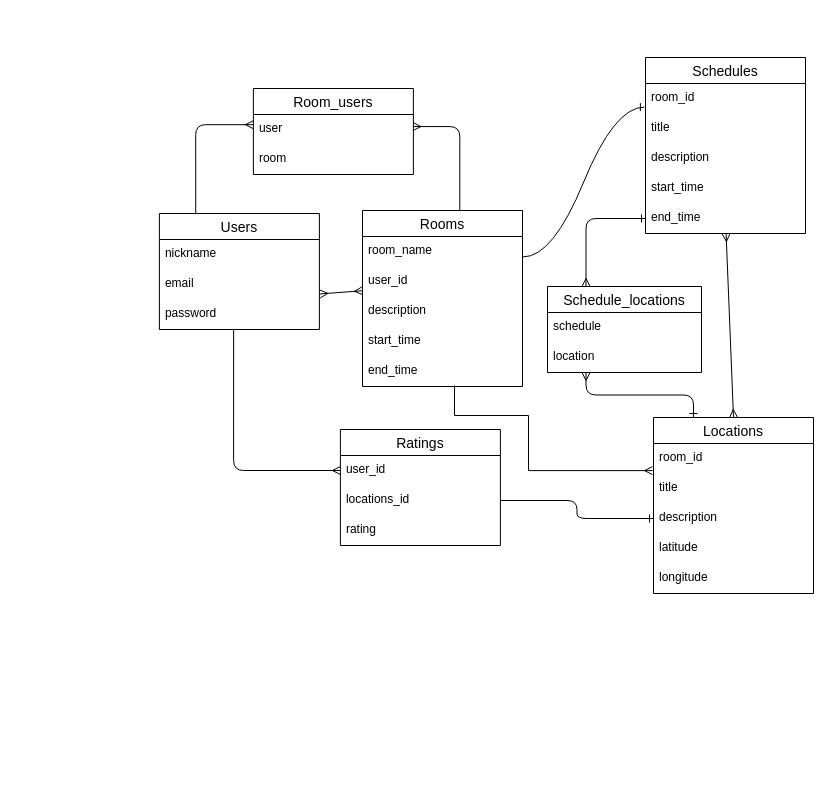
Above: er2.dio in m724tmy/ourtrip (draw.io), before the change. Source tidied: cells renumbered, new cells numbered last; positions are measured from the earlier drawing's top-left corner, leaving out a move shared by most shapes. Both pictures are drawn from the tidied source at 100%, with x=0, y=0 at pixel (159, 57).
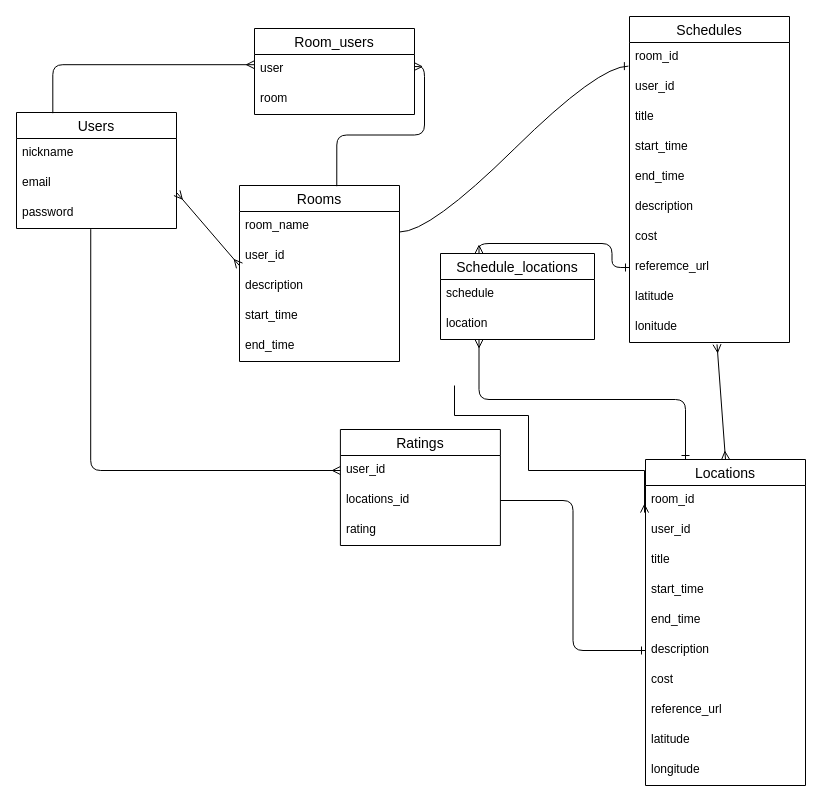
The same page after the edit.

The edit, as a diff of the source:
```diff
@@
     <mxCell id="2" value="Users" style="swimlane;fontStyle=0;horizontal=1;startSize=26;align=center;fontSize=14;" parent="1" vertex="1">
-      <mxGeometry x="-0.1" y="156" width="160" height="116" as="geometry" />
+      <mxGeometry x="-143" y="55" width="160" height="116" as="geometry" />
     </mxCell>
@@
     <mxCell id="6" value="Rooms" style="swimlane;fontStyle=0;horizontal=1;startSize=26;align=center;fontSize=14;" parent="1" vertex="1">
-      <mxGeometry x="203" y="153" width="160" height="176" as="geometry" />
+      <mxGeometry x="80" y="128" width="160" height="176" as="geometry" />
     </mxCell>
@@
     <mxCell id="13" value="Schedules" style="swimlane;fontStyle=0;horizontal=1;startSize=26;align=center;fontSize=14;" parent="1" vertex="1">
-      <mxGeometry x="486" width="160" height="176" as="geometry" />
+      <mxGeometry x="470" y="-41" width="160" height="326" as="geometry" />
     </mxCell>
@@
+    <mxCell id="45" value="user_id" style="text;strokeColor=none;fillColor=none;spacingLeft=4;spacingRight=4;overflow=hidden;fontSize=12;" parent="13" vertex="1">
+      <mxGeometry y="56" width="160" height="30" as="geometry" />
+    </mxCell>
     <mxCell id="15" value="title" style="text;strokeColor=none;fillColor=none;spacingLeft=4;spacingRight=4;overflow=hidden;fontSize=12;" parent="13" vertex="1">
-      <mxGeometry y="56" width="160" height="30" as="geometry" />
+      <mxGeometry y="86" width="160" height="30" as="geometry" />
     </mxCell>
+    <mxCell id="46" value="start_time" style="text;strokeColor=none;fillColor=none;spacingLeft=4;spacingRight=4;overflow=hidden;fontSize=12;" parent="13" vertex="1">
+      <mxGeometry y="116" width="160" height="30" as="geometry" />
+    </mxCell>
+    <mxCell id="47" value="end_time" style="text;strokeColor=none;fillColor=none;spacingLeft=4;spacingRight=4;overflow=hidden;fontSize=12;" parent="13" vertex="1">
+      <mxGeometry y="146" width="160" height="30" as="geometry" />
+    </mxCell>
     <mxCell id="16" value="description" style="text;strokeColor=none;fillColor=none;spacingLeft=4;spacingRight=4;overflow=hidden;fontSize=12;" parent="13" vertex="1">
-      <mxGeometry y="86" width="160" height="30" as="geometry" />
+      <mxGeometry y="176" width="160" height="30" as="geometry" />
     </mxCell>
-    <mxCell id="17" value="start_time" style="text;strokeColor=none;fillColor=none;spacingLeft=4;spacingRight=4;overflow=hidden;fontSize=12;" parent="13" vertex="1">
-      <mxGeometry y="116" width="160" height="30" as="geometry" />
-    </mxCell>
-    <mxCell id="18" value="end_time" style="text;strokeColor=none;fillColor=none;spacingLeft=4;spacingRight=4;overflow=hidden;points=[[0,0.5],[1,0.5]];portConstraint=eastwest;fontSize=12;" parent="13" vertex="1">
-      <mxGeometry y="146" width="160" height="30" as="geometry" />
-    </mxCell>
+    <mxCell id="48" value="cost" style="text;strokeColor=none;fillColor=none;spacingLeft=4;spacingRight=4;overflow=hidden;fontSize=12;" parent="13" vertex="1">
+      <mxGeometry y="206" width="160" height="30" as="geometry" />
+    </mxCell>
+    <mxCell id="49" value="referemce_url" style="text;strokeColor=none;fillColor=none;spacingLeft=4;spacingRight=4;overflow=hidden;points=[[0,0.5],[1,0.5]];portConstraint=eastwest;fontSize=12;" parent="13" vertex="1">
+      <mxGeometry y="236" width="160" height="30" as="geometry" />
+    </mxCell>
+    <mxCell id="50" value="latitude" style="text;strokeColor=none;fillColor=none;spacingLeft=4;spacingRight=4;overflow=hidden;fontSize=12;" parent="13" vertex="1">
+      <mxGeometry y="266" width="160" height="30" as="geometry" />
+    </mxCell>
+    <mxCell id="51" value="lonitude" style="text;strokeColor=none;fillColor=none;spacingLeft=4;spacingRight=4;overflow=hidden;points=[[0,0.5],[1,0.5]];portConstraint=eastwest;fontSize=12;" parent="13" vertex="1">
+      <mxGeometry y="296" width="160" height="30" as="geometry" />
+    </mxCell>
     <mxCell id="19" value="Locations" style="swimlane;fontStyle=0;horizontal=1;startSize=26;align=center;fontSize=14;" parent="1" vertex="1">
-      <mxGeometry x="494" y="360" width="160" height="176" as="geometry" />
+      <mxGeometry x="486" y="402" width="160" height="326" as="geometry" />
     </mxCell>
@@
+    <mxCell id="52" value="user_id" style="text;strokeColor=none;fillColor=none;spacingLeft=4;spacingRight=4;overflow=hidden;fontSize=12;" parent="19" vertex="1">
+      <mxGeometry y="56" width="160" height="30" as="geometry" />
+    </mxCell>
     <mxCell id="21" value="title" style="text;strokeColor=none;fillColor=none;spacingLeft=4;spacingRight=4;overflow=hidden;fontSize=12;" parent="19" vertex="1">
-      <mxGeometry y="56" width="160" height="30" as="geometry" />
+      <mxGeometry y="86" width="160" height="30" as="geometry" />
     </mxCell>
+    <mxCell id="53" value="start_time" style="text;strokeColor=none;fillColor=none;spacingLeft=4;spacingRight=4;overflow=hidden;fontSize=12;" parent="19" vertex="1">
+      <mxGeometry y="116" width="160" height="30" as="geometry" />
+    </mxCell>
+    <mxCell id="54" value="end_time" style="text;strokeColor=none;fillColor=none;spacingLeft=4;spacingRight=4;overflow=hidden;fontSize=12;" parent="19" vertex="1">
+      <mxGeometry y="146" width="160" height="30" as="geometry" />
+    </mxCell>
     <mxCell id="22" value="description" style="text;strokeColor=none;fillColor=none;spacingLeft=4;spacingRight=4;overflow=hidden;points=[[0,0.5],[1,0.5]];portConstraint=eastwest;fontSize=12;" parent="19" vertex="1">
-      <mxGeometry y="86" width="160" height="30" as="geometry" />
+      <mxGeometry y="176" width="160" height="30" as="geometry" />
     </mxCell>
+    <mxCell id="55" value="cost" style="text;strokeColor=none;fillColor=none;spacingLeft=4;spacingRight=4;overflow=hidden;fontSize=12;" parent="19" vertex="1">
+      <mxGeometry y="206" width="160" height="30" as="geometry" />
+    </mxCell>
+    <mxCell id="56" value="reference_url" style="text;strokeColor=none;fillColor=none;spacingLeft=4;spacingRight=4;overflow=hidden;fontSize=12;" parent="19" vertex="1">
+      <mxGeometry y="236" width="160" height="30" as="geometry" />
+    </mxCell>
     <mxCell id="23" value="latitude" style="text;strokeColor=none;fillColor=none;spacingLeft=4;spacingRight=4;overflow=hidden;fontSize=12;" parent="19" vertex="1">
-      <mxGeometry y="116" width="160" height="30" as="geometry" />
+      <mxGeometry y="266" width="160" height="30" as="geometry" />
     </mxCell>
     <mxCell id="24" value="longitude" style="text;strokeColor=none;fillColor=none;spacingLeft=4;spacingRight=4;overflow=hidden;fontSize=12;" parent="19" vertex="1">
-      <mxGeometry y="146" width="160" height="30" as="geometry" />
+      <mxGeometry y="296" width="160" height="30" as="geometry" />
     </mxCell>
@@
     <mxCell id="32" value="Room_users" style="swimlane;fontStyle=0;horizontal=1;startSize=26;align=center;fontSize=14;" parent="1" vertex="1">
-      <mxGeometry x="93.9" y="31" width="160" height="86" as="geometry" />
+      <mxGeometry x="95" y="-29" width="160" height="86" as="geometry" />
     </mxCell>
@@
-    <mxCell id="38" style="edgeStyle=orthogonalEdgeStyle;html=1;exitX=0.25;exitY=0;exitDx=0;exitDy=0;entryX=0;entryY=0.5;entryDx=0;entryDy=0;startArrow=ERmany;startFill=0;endArrow=ERone;endFill=0;" parent="1" edge="1" source="40" target="18">
+    <mxCell id="38" style="edgeStyle=orthogonalEdgeStyle;html=1;exitX=0.25;exitY=0;exitDx=0;exitDy=0;entryX=0;entryY=0.5;entryDx=0;entryDy=0;startArrow=ERmany;startFill=0;endArrow=ERone;endFill=0;" parent="1" edge="1" source="40" target="49">
       <mxGeometry relative="1" as="geometry" />
     </mxCell>
@@
     <mxCell id="40" value="Schedule_locations" style="swimlane;fontStyle=0;horizontal=1;startSize=26;align=center;fontSize=14;" parent="1" vertex="1">
-      <mxGeometry x="388" y="229" width="154" height="86" as="geometry" />
+      <mxGeometry x="281" y="196" width="154" height="86" as="geometry" />
     </mxCell>
@@
-    <mxCell id="43" style="fontSize=12;html=1;endArrow=ERmany;startArrow=ERmany;exitX=0.5;exitY=0;exitDx=0;exitDy=0;" parent="1" edge="1" source="19" target="18">
+    <mxCell id="43" style="fontSize=12;html=1;endArrow=ERmany;startArrow=ERmany;exitX=0.5;exitY=0;exitDx=0;exitDy=0;entryX=0.547;entryY=1.063;entryDx=0;entryDy=0;entryPerimeter=0;" parent="1" edge="1" source="19" target="51">
       <mxGeometry relative="1" as="geometry" />
     </mxCell>
```
